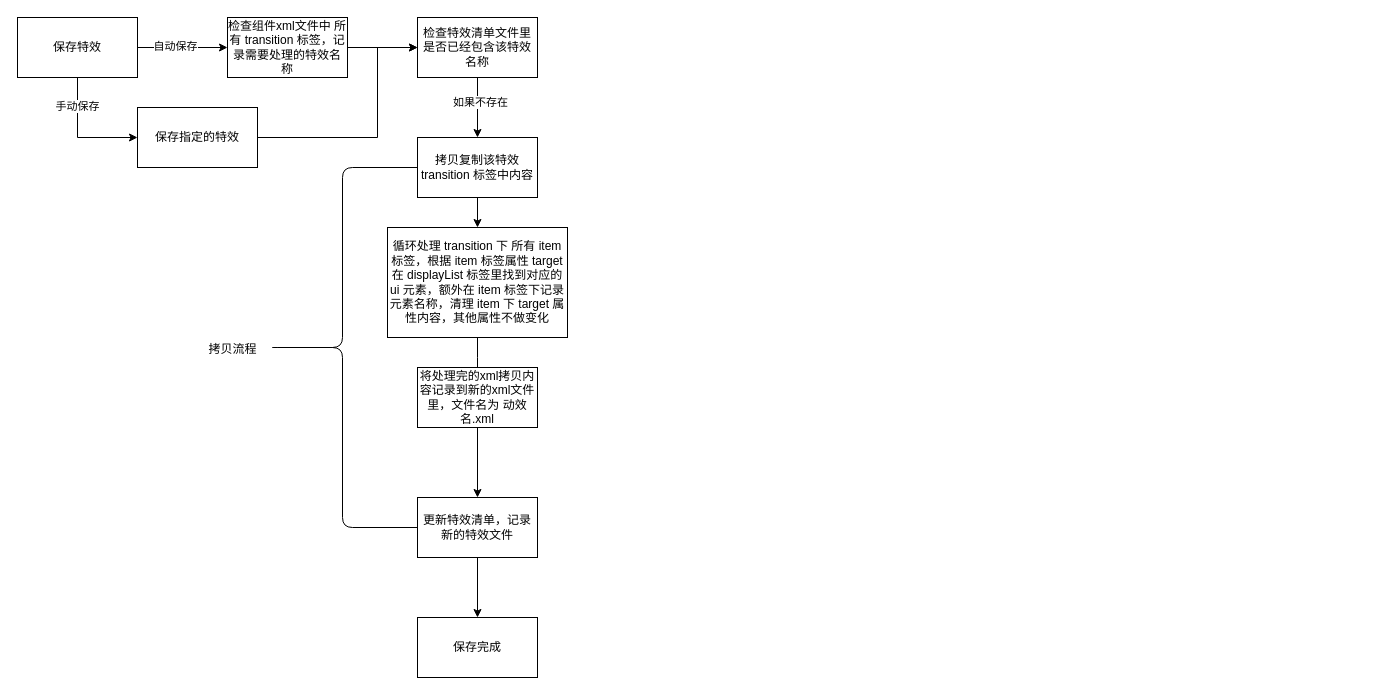
Earlier version of the draw.io diagram 动效.drawio (GameCater/DrawIO). Source tidied: cells renumbered, new cells numbered last; positions are measured from the earlier drawing's top-left corner, leaving out a move shared by most shapes. Both pictures are drawn from the tidied source at 100%, with x=0, y=0 at pixel (17, 17).
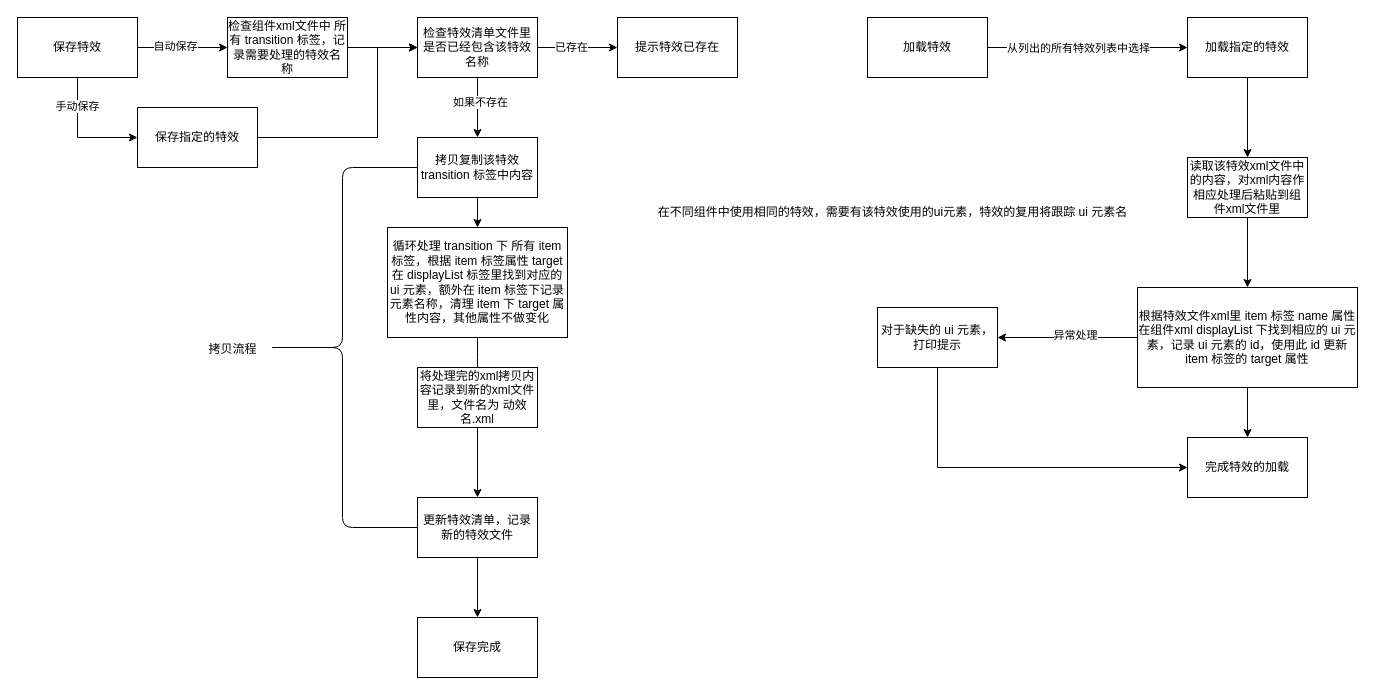
Above is the later version.

The change refers to these unchanged cells:
```xml
<mxCell id="9" value="检查特效清单文件里是否已经包含该特效名称" style="rounded=0;whiteSpace=wrap;html=1;" parent="1" vertex="1">
  <mxGeometry x="400" width="120" height="60" as="geometry" />
</mxCell>
```

What changed in the source:
```diff
@@
+    <mxCell id="26" style="edgeStyle=orthogonalEdgeStyle;rounded=0;jettySize=auto;html=1;" parent="1" edge="1" source="9" target="28">
+      <mxGeometry relative="1" as="geometry" />
+    </mxCell>
+    <mxCell id="27" value="已存在" style="edgeLabel;html=1;align=center;verticalAlign=middle;" parent="26" vertex="1">
+      <mxGeometry x="-0.18" y="1" relative="1" as="geometry" />
+    </mxCell>
@@
+    <mxCell id="28" value="提示特效已存在" style="rounded=0;whiteSpace=wrap;html=1;" parent="1" vertex="1">
+      <mxGeometry x="600" width="120" height="60" as="geometry" />
+    </mxCell>
+    <mxCell id="29" style="edgeStyle=orthogonalEdgeStyle;rounded=0;jettySize=auto;html=1;" parent="1" edge="1" source="31" target="32">
+      <mxGeometry relative="1" as="geometry" />
+    </mxCell>
+    <mxCell id="30" value="从列出的所有特效列表中选择" style="edgeLabel;html=1;align=center;verticalAlign=middle;" parent="29" vertex="1">
+      <mxGeometry x="-0.23" y="1" relative="1" as="geometry">
+        <mxPoint x="13" y="1" as="offset" />
+      </mxGeometry>
+    </mxCell>
+    <mxCell id="31" value="加载特效" style="whiteSpace=wrap;html=1;" parent="1" vertex="1">
+      <mxGeometry x="850" width="120" height="60" as="geometry" />
+    </mxCell>
+    <mxCell id="32" value="加载指定的特效" style="whiteSpace=wrap;html=1;" parent="1" vertex="1">
+      <mxGeometry x="1170" width="120" height="60" as="geometry" />
+    </mxCell>
+    <mxCell id="33" style="edgeStyle=orthogonalEdgeStyle;rounded=0;jettySize=auto;html=1;" parent="1" edge="1" source="32" target="35">
+      <mxGeometry relative="1" as="geometry" />
+    </mxCell>
+    <mxCell id="34" style="edgeStyle=orthogonalEdgeStyle;rounded=0;jettySize=auto;html=1;" parent="1" edge="1" source="35" target="39">
+      <mxGeometry relative="1" as="geometry" />
+    </mxCell>
+    <mxCell id="35" value="读取该特效xml文件中的内容，对xml内容作相应处理后粘贴到组件xml文件里" style="whiteSpace=wrap;html=1;" parent="1" vertex="1">
+      <mxGeometry x="1170" y="140" width="120" height="60" as="geometry" />
+    </mxCell>
+    <mxCell id="36" style="edgeStyle=orthogonalEdgeStyle;rounded=0;jettySize=auto;html=1;" parent="1" edge="1" source="39" target="40">
+      <mxGeometry relative="1" as="geometry" />
+    </mxCell>
+    <mxCell id="37" style="edgeStyle=orthogonalEdgeStyle;rounded=0;jettySize=auto;html=1;" parent="1" edge="1" source="39" target="42">
+      <mxGeometry relative="1" as="geometry" />
+    </mxCell>
+    <mxCell id="38" value="异常处理" style="edgeLabel;html=1;align=center;verticalAlign=middle;" parent="37" vertex="1">
+      <mxGeometry x="-0.31" y="2" relative="1" as="geometry">
+        <mxPoint x="-15" y="-5" as="offset" />
+      </mxGeometry>
+    </mxCell>
+    <mxCell id="39" value="根据特效文件xml里 item 标签 name 属性在组件xml displayList 下找到相应的 ui 元素，记录 ui 元素的 id，使用此 id 更新 item 标签的 target 属性" style="whiteSpace=wrap;html=1;" parent="1" vertex="1">
+      <mxGeometry x="1120" y="270" width="220" height="100" as="geometry" />
+    </mxCell>
+    <mxCell id="40" value="完成特效的加载" style="whiteSpace=wrap;html=1;" parent="1" vertex="1">
+      <mxGeometry x="1170" y="420" width="120" height="60" as="geometry" />
+    </mxCell>
+    <mxCell id="41" style="edgeStyle=orthogonalEdgeStyle;rounded=0;jettySize=auto;html=1;" parent="1" edge="1" source="42" target="40">
+      <mxGeometry relative="1" as="geometry">
+        <Array as="points">
+          <mxPoint x="920" y="450" />
+        </Array>
+      </mxGeometry>
+    </mxCell>
+    <mxCell id="42" value="对于缺失的 ui 元素，打印提示" style="whiteSpace=wrap;html=1;" parent="1" vertex="1">
+      <mxGeometry x="860" y="290" width="120" height="60" as="geometry" />
+    </mxCell>
+    <mxCell id="43" value="在不同组件中使用相同的特效，需要有该特效使用的ui元素，特效的复用将跟踪 ui 元素名" style="text;html=1;align=center;verticalAlign=middle;strokeColor=none;fillColor=none;" parent="1" vertex="1">
+      <mxGeometry x="630" y="180" width="490" height="30" as="geometry" />
+    </mxCell>
```
